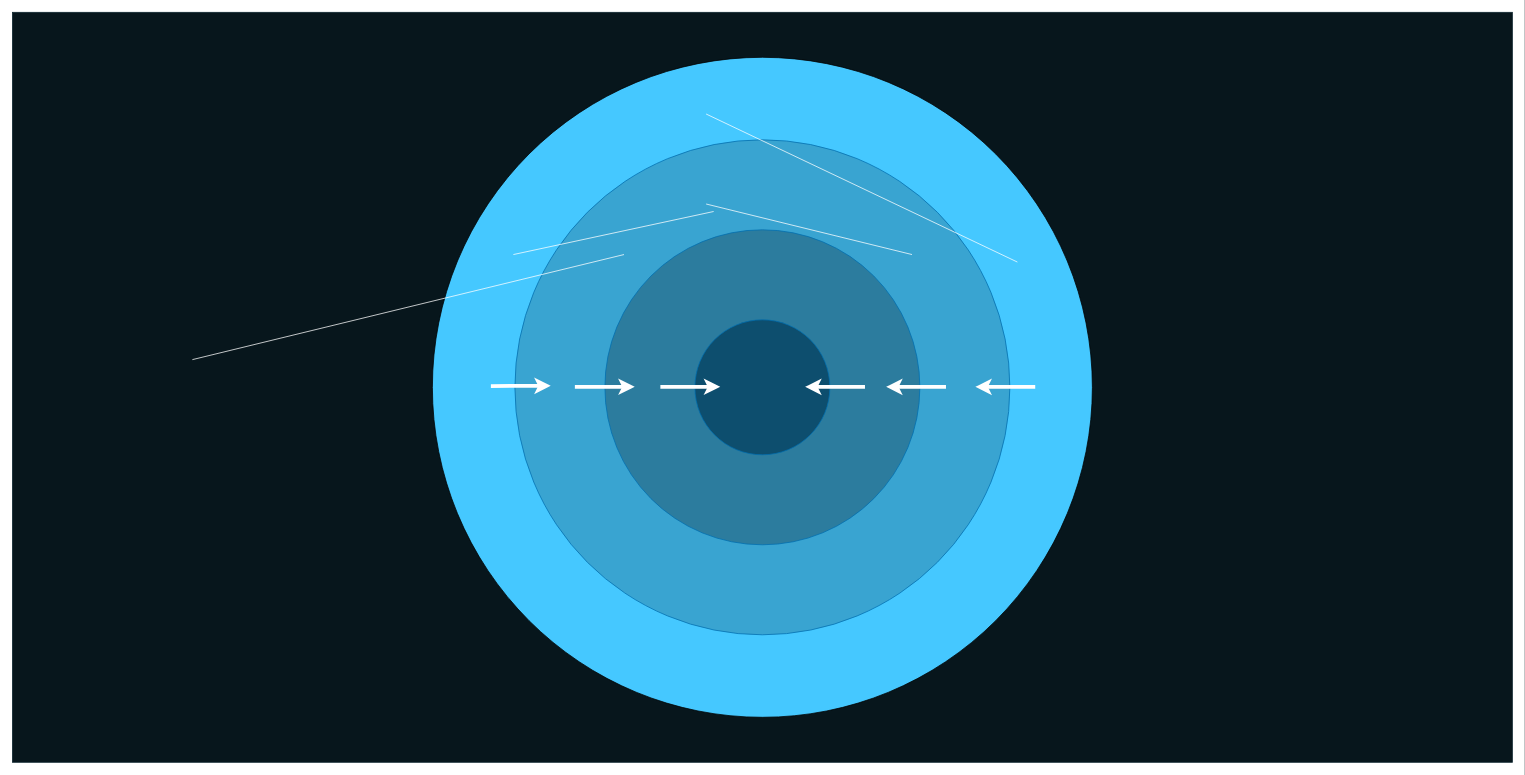
Before: deck/ru/diagrams/caLayersAbstract.drawio in AlexanderLapygin/ca-react-rest-api-starter, a draw.io diagram. Source tidied: cells renumbered, new cells numbered last; positions are measured from the earlier drawing's top-left corner, leaving out a move shared by most shapes. Both pictures are drawn from the tidied source at 75%, with x=0, y=0 at pixel (12, 12).
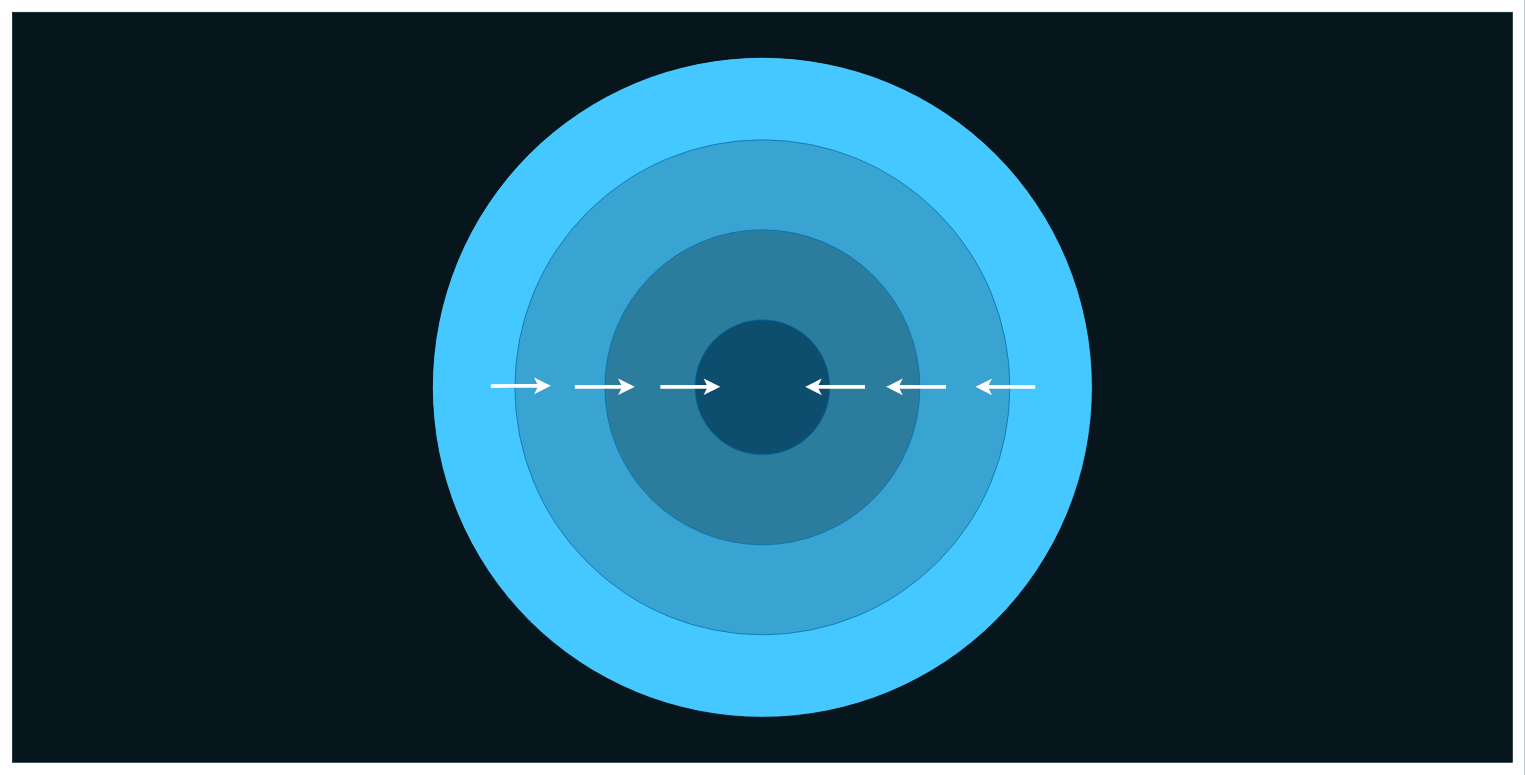
Above is the later version.

What changed in the source:
```diff
@@
-    <mxCell id="13" style="endArrow=none;html=1;labelBackgroundColor=none;strokeColor=#FFFFFF;strokeWidth=1;fontSize=32;fontColor=#FFFFFF;entryX=0;entryY=0.75;entryDx=0;entryDy=0;exitX=0.75;exitY=0;exitDx=0;exitDy=0;" parent="1" edge="1">
-      <mxGeometry relative="1" as="geometry">
-        <mxPoint x="815.5" y="322.9" as="sourcePoint" />
-        <mxPoint x="240" y="463" as="targetPoint" />
-      </mxGeometry>
-    </mxCell>
-    <mxCell id="14" style="endArrow=none;html=1;labelBackgroundColor=none;strokeColor=#FFFFFF;strokeWidth=1;fontSize=32;fontColor=#FFFFFF;entryX=1;entryY=0.75;entryDx=0;entryDy=0;exitX=0.25;exitY=0;exitDx=0;exitDy=0;" parent="1" edge="1">
-      <mxGeometry relative="1" as="geometry">
-        <mxPoint x="1199.5" y="322.9" as="sourcePoint" />
-        <mxPoint x="925" y="255.5" as="targetPoint" />
-      </mxGeometry>
-    </mxCell>
-    <mxCell id="15" style="endArrow=none;html=1;labelBackgroundColor=none;strokeColor=#FFFFFF;strokeWidth=1;fontSize=32;fontColor=#FFFFFF;entryX=0;entryY=0.75;entryDx=0;entryDy=0;exitX=0.75;exitY=0;exitDx=0;exitDy=0;" parent="1" edge="1">
-      <mxGeometry relative="1" as="geometry">
-        <mxPoint x="668" y="322.9" as="sourcePoint" />
-        <mxPoint x="935" y="265.5" as="targetPoint" />
-      </mxGeometry>
-    </mxCell>
-    <mxCell id="16" style="endArrow=none;html=1;labelBackgroundColor=none;strokeColor=#FFFFFF;strokeWidth=1;fontSize=32;fontColor=#FFFFFF;entryX=1;entryY=0.75;entryDx=0;entryDy=0;exitX=0.364;exitY=-0.1;exitDx=0;exitDy=0;exitPerimeter=0;" parent="1" edge="1">
-      <mxGeometry relative="1" as="geometry">
-        <mxPoint x="1340" y="332.9" as="sourcePoint" />
-        <mxPoint x="925" y="135.5" as="targetPoint" />
-      </mxGeometry>
-    </mxCell>
```
